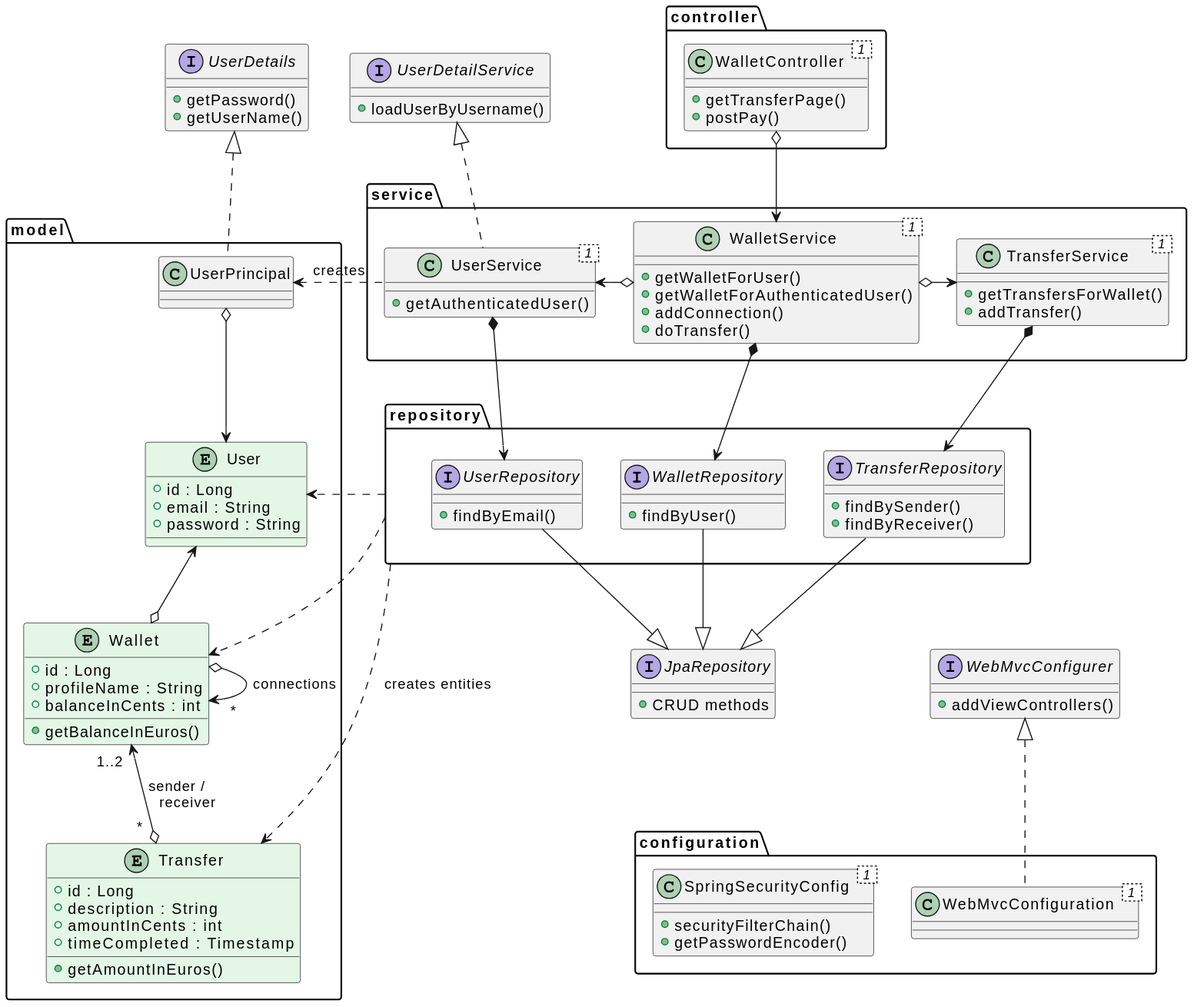
This is docs/classes.uml.svg from raranguren/p6-paymybuddy, a PlantUML export, as it was before one commit.
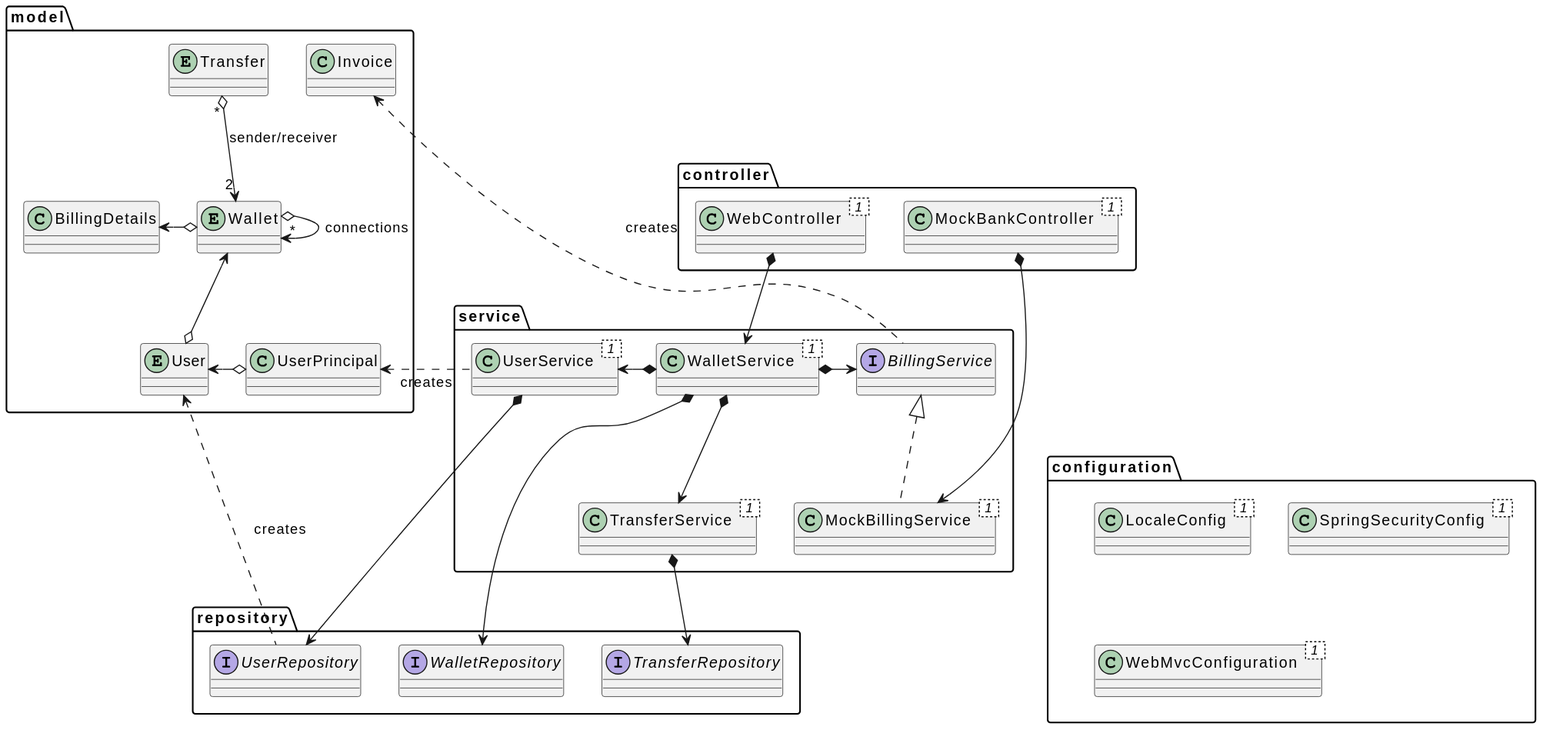
Later version of the same file.

The edit, as a diff of the source:
```diff
@@ -1,113 +1,55 @@
 @startuml
-interface UserDetails {
-  +getPassword()
-  +getUserName()
-}
-interface UserDetailService {
-  +loadUserByUsername()
-}
-interface WebMvcConfigurer {
-  +addViewControllers()
-}
-interface JpaRepository {
-  +{method} CRUD methods
-}
-
 package configuration {
-  class SpringSecurityConfig< 1 > {
-    +securityFilterChain()
-    +getPasswordEncoder()
-  }
-    class WebMvcConfiguration< 1 > implements WebMvcConfigurer{
-  }
+  class LocaleConfig< 1 >
+  class SpringSecurityConfig< 1 >
+  class WebMvcConfiguration< 1 >
 }
 
 package controller {
-  class WalletController< 1 > {
-    +getTransferPage()
-    +postPay()
-  }
+  class MockBankController< 1 >
+  class WebController< 1 >
+}
+
+package model {
+  class BillingDetails
+  class Invoice
+  entity Transfer
+  entity User
+  entity Wallet
+  Transfer "*" o--> "2" Wallet : sender/receiver
+  User o-up-> Wallet
+  class UserPrincipal
+  UserPrincipal o-left-> User
+  Wallet o-> "*" Wallet : connections
+  Wallet o-left-> BillingDetails
+}
+
+package repository {
+  interface TransferRepository
+  interface UserRepository
+  interface WalletRepository
 }
 
 package service {
-  class UserService< 1 > implements UserDetailService {
-    +getAuthenticatedUser()
-  }
-  class WalletService< 1 > {
-    +getWalletForUser()
-    +getWalletForAuthenticatedUser()
-    +addConnection()
-    +doTransfer()
-  }
-  class TransferService< 1 > {
-    +getTransfersForWallet()
-    +addTransfer()
-  }
+  class MockBillingService< 1 > implements BillingService
+  class UserService< 1 >
+  class WalletService< 1 >
+  class TransferService< 1 >
+  TransferService *--> TransferRepository
+  WalletService *-> UserService
+  WalletService *--> TransferService
+  WalletService *-> BillingService
 }
 
-package model {
-  class UserPrincipal implements UserDetails {
-  }
+WebController *--> WalletService
+MockBankController *--> MockBillingService
 
-  entity User #e4f7e6 {
-    +id : Long
-    +email : String
-    +password : String
-  }
+WalletService *--> WalletRepository
+UserService *--> UserRepository
 
-  entity Wallet #e4f7e6 {
-    +id : Long
-    +profileName : String
-    +balanceInCents : int
-    +getBalanceInEuros()
-  }
+BillingService .left.> Invoice : creates
+UserRepository .left.> User : creates
+UserService .left.> UserPrincipal : creates
 
-  entity Transfer #e4f7e6 {
-    +id : Long
-    +description : String
-    +amountInCents : int
-    +timeCompleted : Timestamp
-    +getAmountInEuros()
-  }
-}
-
-package repository {
-  interface UserRepository {
-    +findByEmail()
-  }
-  interface TransferRepository {
-    +findBySender()
-    +findByReceiver()
-  }
-  interface WalletRepository {
-    +findByUser()
-  }
-}
-
-WalletController o--> WalletService
-
-WalletService o-> TransferService
-UserService <-o WalletService
-UserPrincipal <. UserService : creates
-UserPrincipal " " o--> User
-User <--o Wallet
-Wallet "1..2  " <--o " *  " Transfer : sender /    \n receiver
-Wallet o-> "   *    " Wallet : connections
-UserService *--> UserRepository
-WalletService *--> WalletRepository
-TransferService *--> TransferRepository
-repository ..> User
-repository ..> Wallet
-
-repository ..> Transfer : creates entities
-
-UserDetails -[hidden]>UserDetailService
-UserRepository --|> JpaRepository
-TransferRepository --|> JpaRepository
-WalletRepository --|> JpaRepository
-
-SpringSecurityConfig .[hidden]> WebMvcConfiguration
-JpaRepository .[hidden]> space
-space .[hidden]> WebMvcConfigurer
-hide space
+MockBillingService -[hidden]>configuration
 @enduml
```
